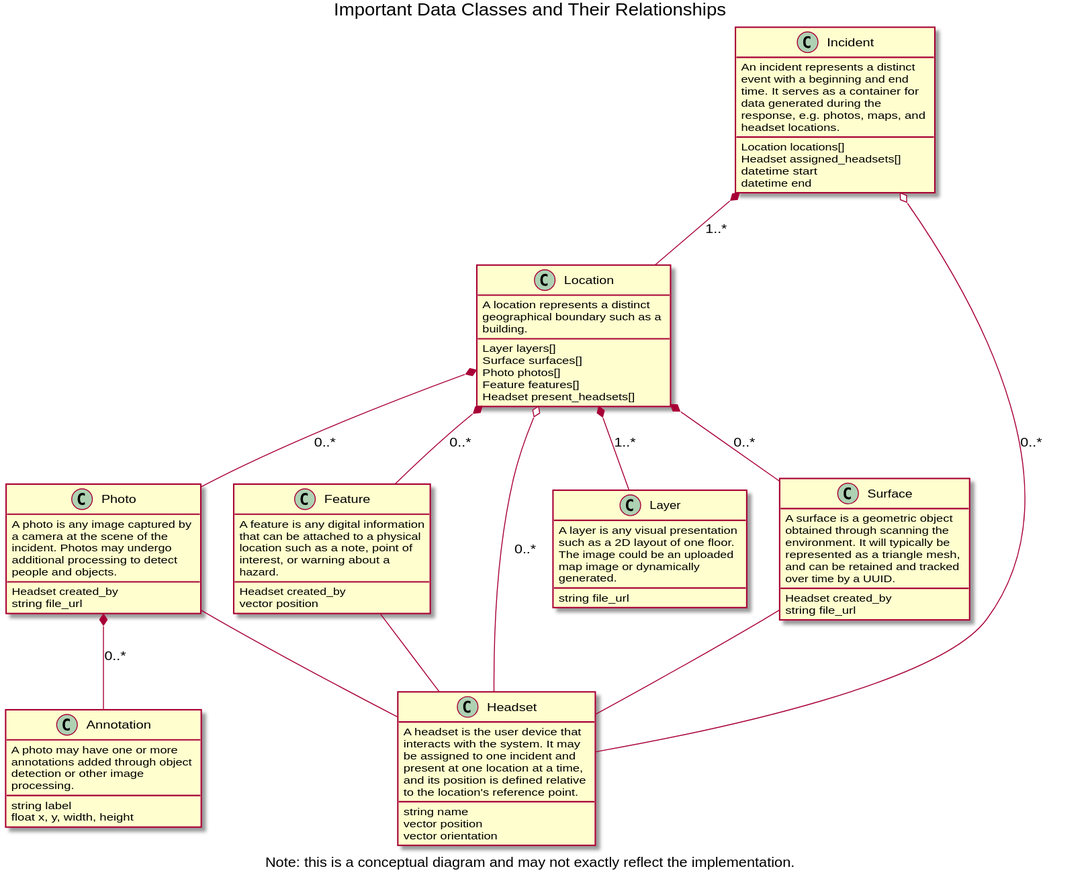
EasyVizAR/edge-server keeps this PlantUML diagram as docs/classes.svg. Above is the earlier version. Source of this version:
```plantuml
@startuml

skinparam wrapWidth 200

title Important Data Classes and Their Relationships
caption Note: this is a conceptual diagram and may not exactly reflect the implementation.

class Incident {
    An incident represents a distinct event with a beginning and end time. It serves as a container for data generated during the response, e.g. photos, maps, and headset locations.
    __
    Location locations[]
    Headset assigned_headsets[]
    datetime start
    datetime end
}

class Location {
    A location represents a distinct geographical boundary such as a building.
    __
    Layer layers[]
    Surface surfaces[]
    Photo photos[]
    Feature features[]
    Headset present_headsets[]
}

class Layer {
    A layer is any visual presentation such as a 2D layout of one floor. The image could be an uploaded map image or dynamically generated.
    __
    string file_url
}

class Surface {
    A surface is a geometric object obtained through scanning the environment. It will typically be represented as a triangle mesh, and can be retained and tracked over time by a UUID.
    __
    Headset created_by
    string file_url
}

class Photo {
    A photo is any image captured by a camera at the scene of the incident. Photos may undergo additional processing to detect people and objects.
    __
    Headset created_by
    string file_url
}

class Annotation {
    A photo may have one or more annotations added through object detection or other image processing.
    __
    string label
    float x, y, width, height
}

class Feature {
    A feature is any digital information that can be attached to a physical location such as a note, point of interest, or warning about a hazard.
    __
    Headset created_by
    vector position
}

class Headset {
    A headset is the user device that interacts with the system. It may be assigned to one incident and present at one location at a time, and its position is defined relative to the location's reference point.
    __
    string name
    vector position
    vector orientation
}

Incident *-- Location : 1..*
Location *-- Layer : 1..*
Location *-- Surface : 0..*
Location *-- Photo : 0..*
Location *-- Feature : 0..*
Photo *-- Annotation : 0..*

Incident o-- Headset : 0..*
Location o-- Headset : 0..*

Surface -- Headset
Photo -- Headset
Feature -- Headset

@enduml
```
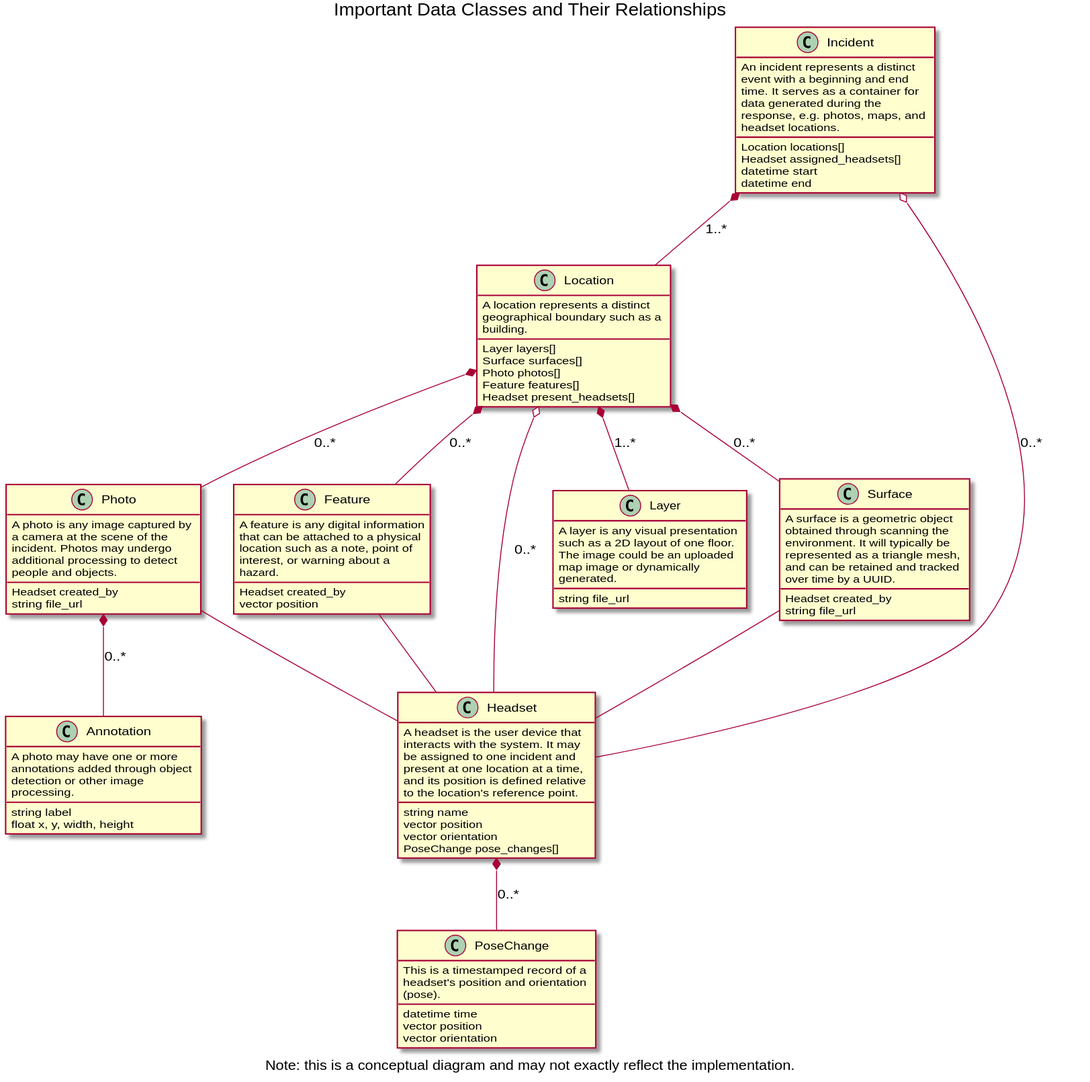
The same diagram one commit later.

Commit message:
Add PoseChange to UML diagram.

What changed in the source:
```diff
@@ -64,6 +64,15 @@
     string name
     vector position
     vector orientation
+    PoseChange pose_changes[]
+}
+
+class PoseChange {
+    This is a timestamped record of a headset's position and orientation (pose).
+    __
+    datetime time
+    vector position
+    vector orientation
 }
 
 Incident *-- Location : 1..*
@@ -80,4 +89,6 @@
 Photo -- Headset
 Feature -- Headset
 
+Headset *-- PoseChange : 0..*
+
 @enduml
```
